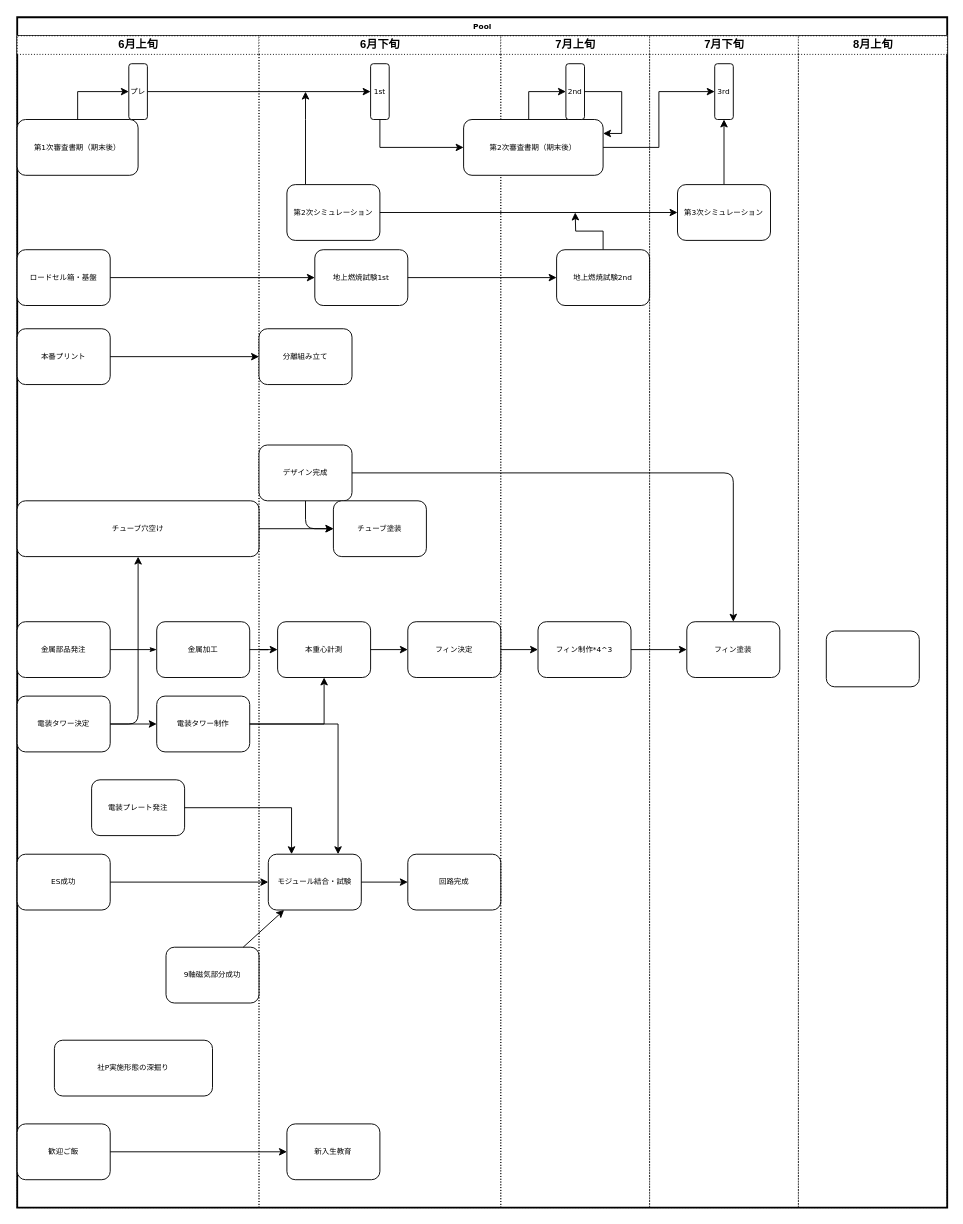
Before: page "制作フローのコピーのコピー" (3 of 4) of 審査書フロー.drawio in STEP-Frontier/kitai_flow, a draw.io diagram. Source tidied: cells renumbered, new cells numbered last; positions are measured from the earlier drawing's top-left corner, leaving out a move shared by most shapes. Both pictures are drawn from the tidied source at 93%, with x=0, y=0 at pixel (17, 17).
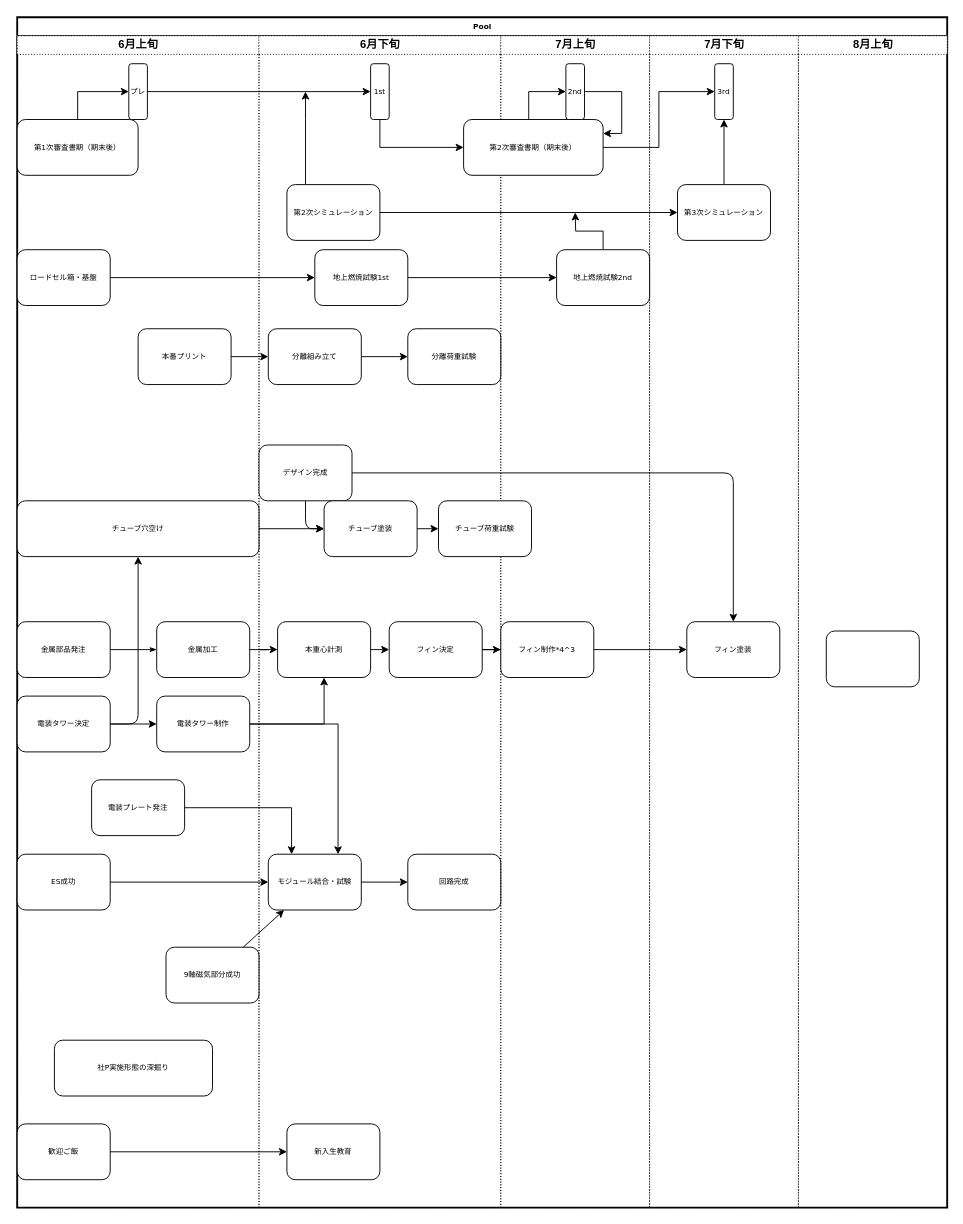
The same diagram, later.

The change refers to these unchanged cells:
```xml
<mxCell id="2" value="Pool" style="swimlane;html=1;startSize=20;rounded=0;shadow=0;labelBackgroundColor=none;strokeWidth=2;fontFamily=Verdana;fontSize=8;align=center;" parent="1" vertex="1">
  <mxGeometry width="1000" height="1280" as="geometry" />
</mxCell>
<mxCell id="3" value="6月上旬" style="swimlane;html=1;startSize=20;dashed=1;dashPattern=1 2;" parent="2" vertex="1">
  <mxGeometry y="20" width="260" height="1260" as="geometry" />
</mxCell>
<mxCell id="22" value="6月下旬" style="swimlane;html=1;startSize=20;dashed=1;dashPattern=1 2;" parent="2" vertex="1">
  <mxGeometry x="260" y="20" width="260" height="1260" as="geometry" />
</mxCell>
<mxCell id="38" value="7月上旬" style="swimlane;html=1;startSize=20;dashed=1;dashPattern=1 2;" parent="2" vertex="1">
  <mxGeometry x="520" y="20" width="160" height="1260" as="geometry" />
</mxCell>
```

What changed in the source:
```diff
@@
     <mxCell id="12" value="本番プリント" style="rounded=1;whiteSpace=wrap;html=1;shadow=0;labelBackgroundColor=none;strokeWidth=1;fontFamily=Verdana;fontSize=8;align=center;" parent="3" vertex="1">
-      <mxGeometry y="315" width="100" height="60" as="geometry" />
+      <mxGeometry x="130" y="315" width="100" height="60" as="geometry" />
     </mxCell>
@@
     <mxCell id="27" value="フィン決定" style="rounded=1;whiteSpace=wrap;html=1;shadow=0;labelBackgroundColor=none;strokeWidth=1;fontFamily=Verdana;fontSize=8;align=center;" parent="22" vertex="1">
-      <mxGeometry x="160" y="630" width="100" height="60" as="geometry" />
+      <mxGeometry x="140" y="630" width="100" height="60" as="geometry" />
     </mxCell>
@@
     <mxCell id="32" value="チューブ塗装" style="rounded=1;whiteSpace=wrap;html=1;shadow=0;labelBackgroundColor=none;strokeWidth=1;fontFamily=Verdana;fontSize=8;align=center;" parent="22" vertex="1">
-      <mxGeometry x="80" y="500" width="100" height="60" as="geometry" />
+      <mxGeometry x="70" y="500" width="100" height="60" as="geometry" />
     </mxCell>
@@
+    <mxCell id="72" style="edgeStyle=none;html=1;entryX=0;entryY=0.5;entryDx=0;entryDy=0;" parent="22" edge="1" source="35" target="73">
+      <mxGeometry relative="1" as="geometry" />
+    </mxCell>
     <mxCell id="35" value="分離組み立て" style="rounded=1;whiteSpace=wrap;html=1;shadow=0;labelBackgroundColor=none;strokeWidth=1;fontFamily=Verdana;fontSize=8;align=center;" parent="22" vertex="1">
-      <mxGeometry y="315" width="100" height="60" as="geometry" />
+      <mxGeometry x="10" y="315" width="100" height="60" as="geometry" />
     </mxCell>
@@
+    <mxCell id="73" value="分離荷重試験" style="rounded=1;whiteSpace=wrap;html=1;shadow=0;labelBackgroundColor=none;strokeWidth=1;fontFamily=Verdana;fontSize=8;align=center;" parent="22" vertex="1">
+      <mxGeometry x="160" y="315" width="100" height="60" as="geometry" />
+    </mxCell>
@@
     <mxCell id="45" value="フィン制作*4^3" style="rounded=1;whiteSpace=wrap;html=1;shadow=0;labelBackgroundColor=none;strokeWidth=1;fontFamily=Verdana;fontSize=8;align=center;" parent="38" vertex="1">
-      <mxGeometry x="40" y="630" width="100" height="60" as="geometry" />
+      <mxGeometry y="630" width="100" height="60" as="geometry" />
     </mxCell>
+    <mxCell id="74" value="チューブ荷重試験" style="rounded=1;whiteSpace=wrap;html=1;shadow=0;labelBackgroundColor=none;strokeWidth=1;fontFamily=Verdana;fontSize=8;align=center;" parent="38" vertex="1">
+      <mxGeometry x="-67" y="500" width="100" height="60" as="geometry" />
+    </mxCell>
@@
+    <mxCell id="75" style="edgeStyle=none;html=1;" parent="2" edge="1" source="32" target="74">
+      <mxGeometry relative="1" as="geometry" />
+    </mxCell>
```
